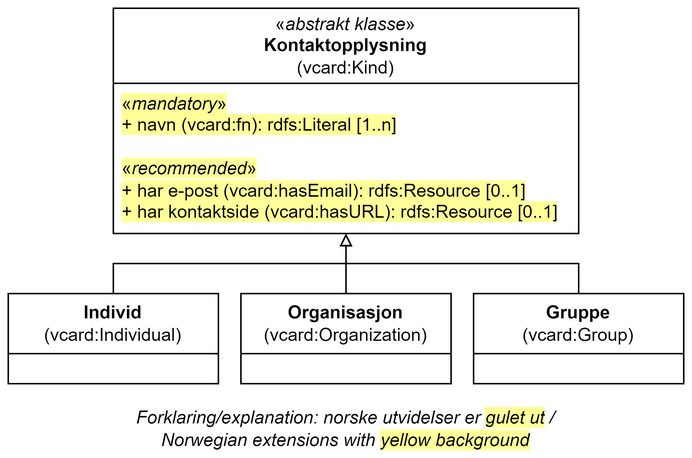
This is docs/images/Klassen-Kontaktopplysning.png from Informasjonsforvaltning/dcat-ap-no, a draw.io export, as it was before one commit. Source tidied: cells renumbered, new cells last; positions are measured from the earlier drawing's top-left corner, leaving out a move shared by most shapes.
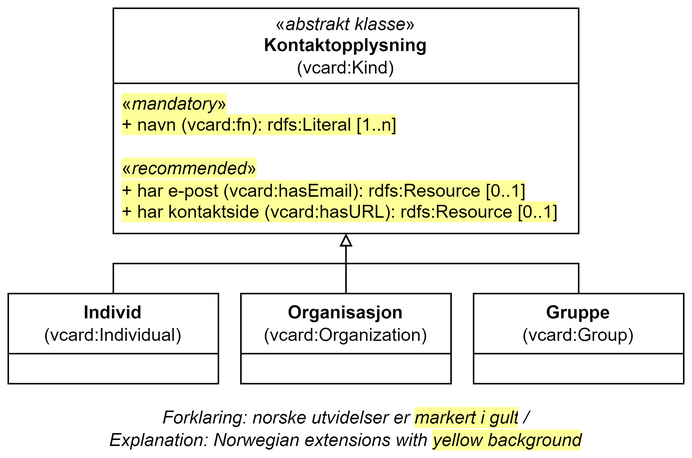
The same file after the commit.

Change to the diagram source:
```diff
@@ -36,8 +36,8 @@
         </Array>
       </mxGeometry>
     </mxCell>
-    <mxCell id="10" value="Forklaring/explanation: norske utvidelser er&amp;nbsp;&lt;span style=&quot;background-color: rgb(255, 255, 153);&quot;&gt;gulet ut&lt;/span&gt;&lt;span style=&quot;background-color: rgb(255 , 255 , 255)&quot;&gt;&amp;nbsp;/&lt;/span&gt;&lt;div&gt;&lt;span style=&quot;background-color: rgb(255 , 255 , 255)&quot;&gt;Norwegian extensions with &lt;/span&gt;&lt;span style=&quot;background-color: rgb(255, 255, 153);&quot;&gt;yellow background&lt;/span&gt;&lt;/div&gt;" style="text;html=1;strokeColor=none;fillColor=none;align=center;verticalAlign=middle;whiteSpace=wrap;rounded=0;fontStyle=2;" parent="1" vertex="1">
-      <mxGeometry x="5" y="270" width="440" height="20" as="geometry" />
-    </mxCell>
+    <mxCell id="11" value="Forklaring: norske utvidelser er&amp;nbsp;&lt;span style=&quot;background-color: rgb(255, 255, 153);&quot;&gt;markert i gult&lt;/span&gt;&lt;span style=&quot;background-color: rgb(255 , 255 , 255)&quot;&gt;&amp;nbsp;/ &lt;br&gt;&lt;/span&gt;Explanation:&amp;nbsp;&lt;span style=&quot;background-color: rgb(255 , 255 , 255)&quot;&gt;Norwegian extensions with &lt;/span&gt;&lt;span style=&quot;background-color: rgb(255, 255, 153);&quot;&gt;yellow background&lt;/span&gt;" style="text;html=1;strokeColor=none;fillColor=none;align=center;verticalAlign=middle;whiteSpace=wrap;rounded=0;fontStyle=2;" parent="1" vertex="1">
+      <mxGeometry y="270" width="450" height="20" as="geometry" />
+    </mxCell>
   </root>
 </mxGraphModel>
```
